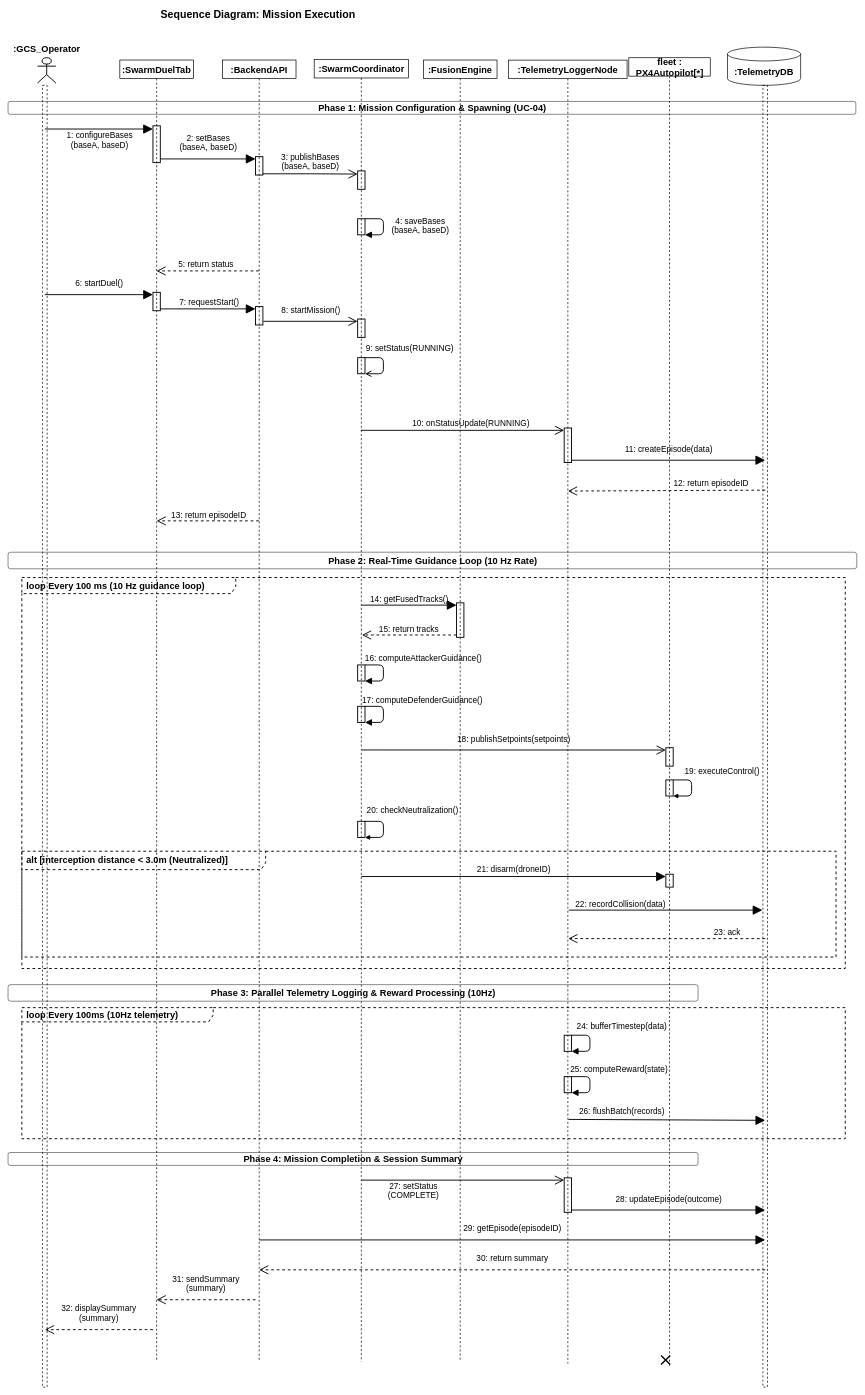
The draw.io diagram 14_sequence_mission.drawio in syedmohammad611/diagrams, before the edit. Source tidied: cells renumbered, new cells numbered last; positions are measured from the earlier drawing's top-left corner, leaving out a move shared by most shapes. Both pictures are drawn from the tidied source at 46%, with x=0, y=0 at pixel (8, 8).
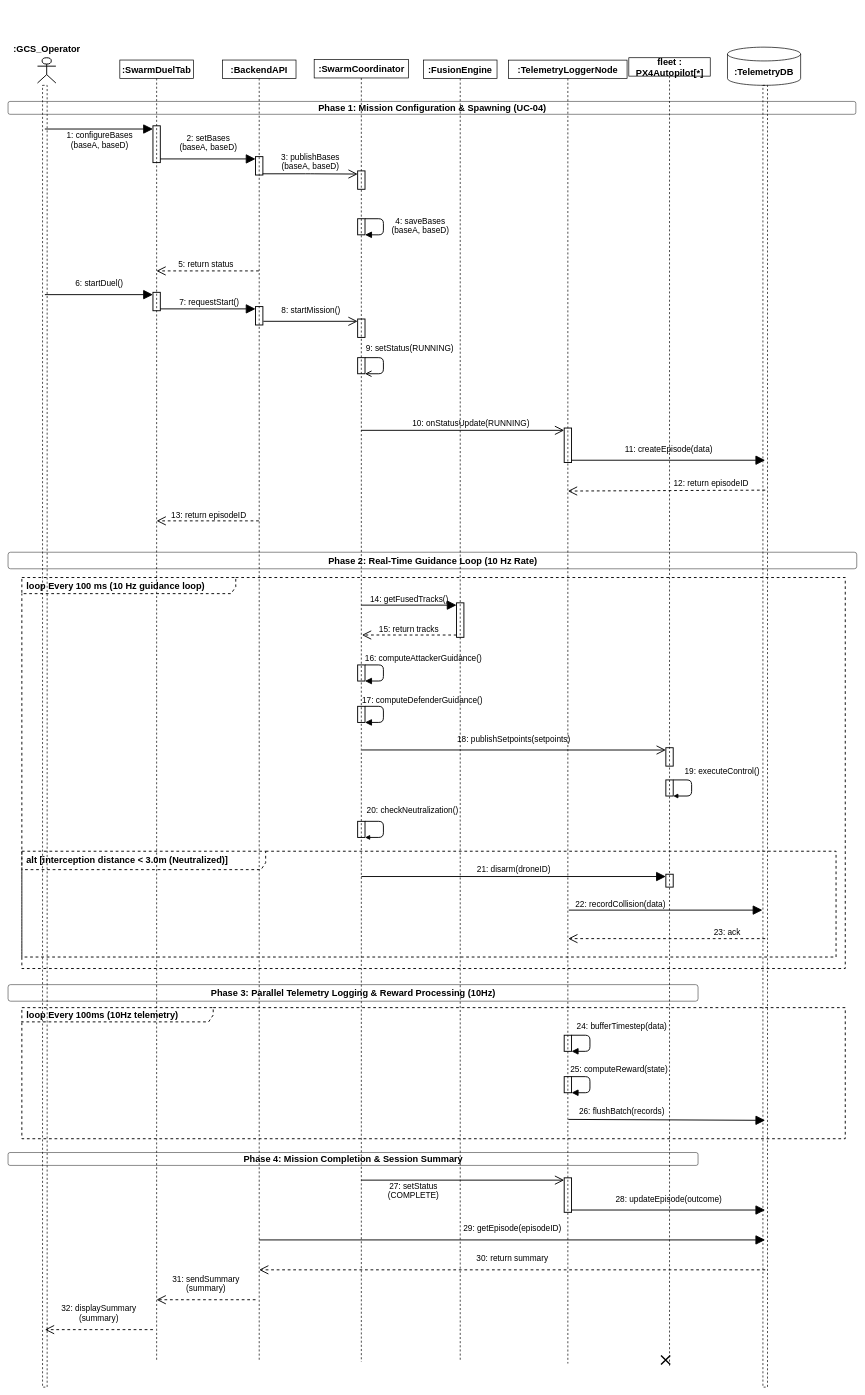
After the change.

Commit message (it also covers changes not shown here):
refactor: update sequence diagram layouts

The edit, as a diff of the source:
```diff
@@
-    <mxCell id="2" value="&lt;b&gt;Sequence Diagram: Mission Execution&lt;/b&gt;" style="text;html=1;strokeColor=none;fillColor=none;align=left;verticalAlign=middle;fontFamily=Helvetica;fontColor=#000000;fontSize=23;fontStyle=1;" parent="1" vertex="1">
-      <mxGeometry x="330" width="645" height="30" as="geometry" />
-    </mxCell>
```
